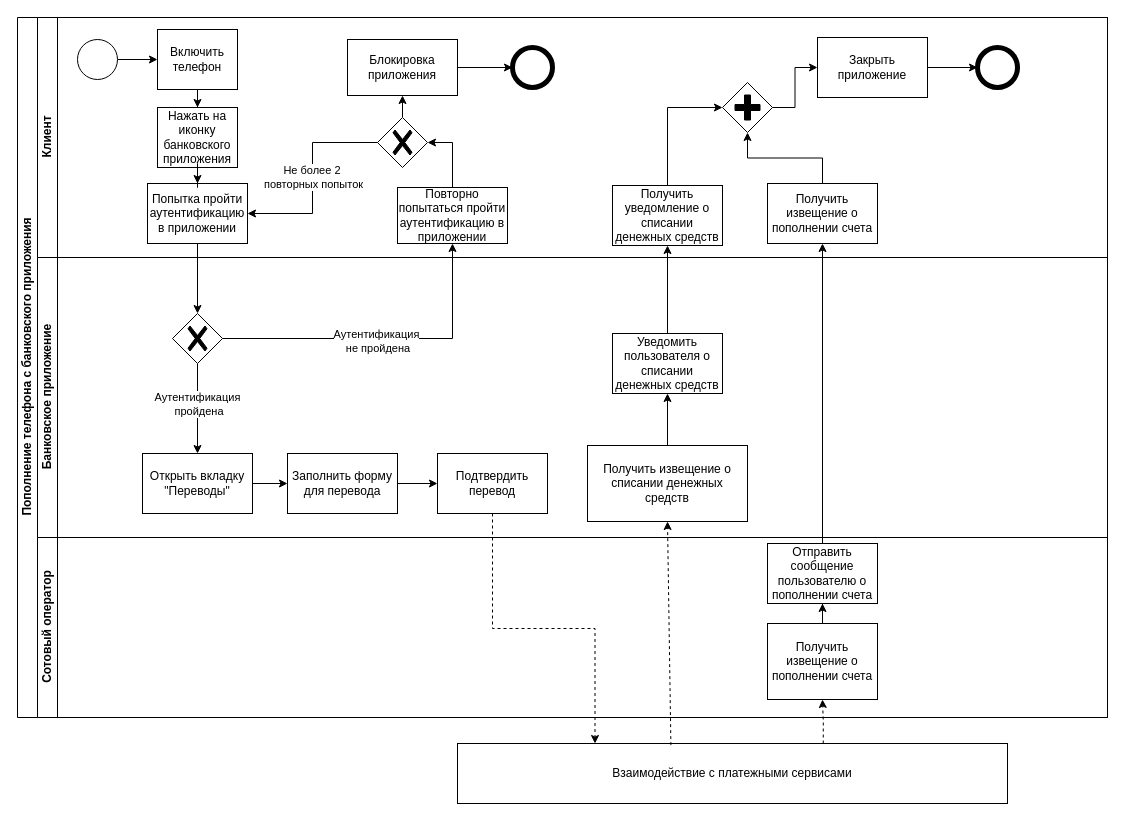
This is BPMN для тестового задания.drawio from pytonuserouner/UML_study, a draw.io file, before an edit. Source tidied: cells renumbered, new cells numbered last; positions are measured from the earlier drawing's top-left corner, leaving out a move shared by most shapes. Both pictures are drawn from the tidied source at 100%, with x=0, y=0 at pixel (17, 17).
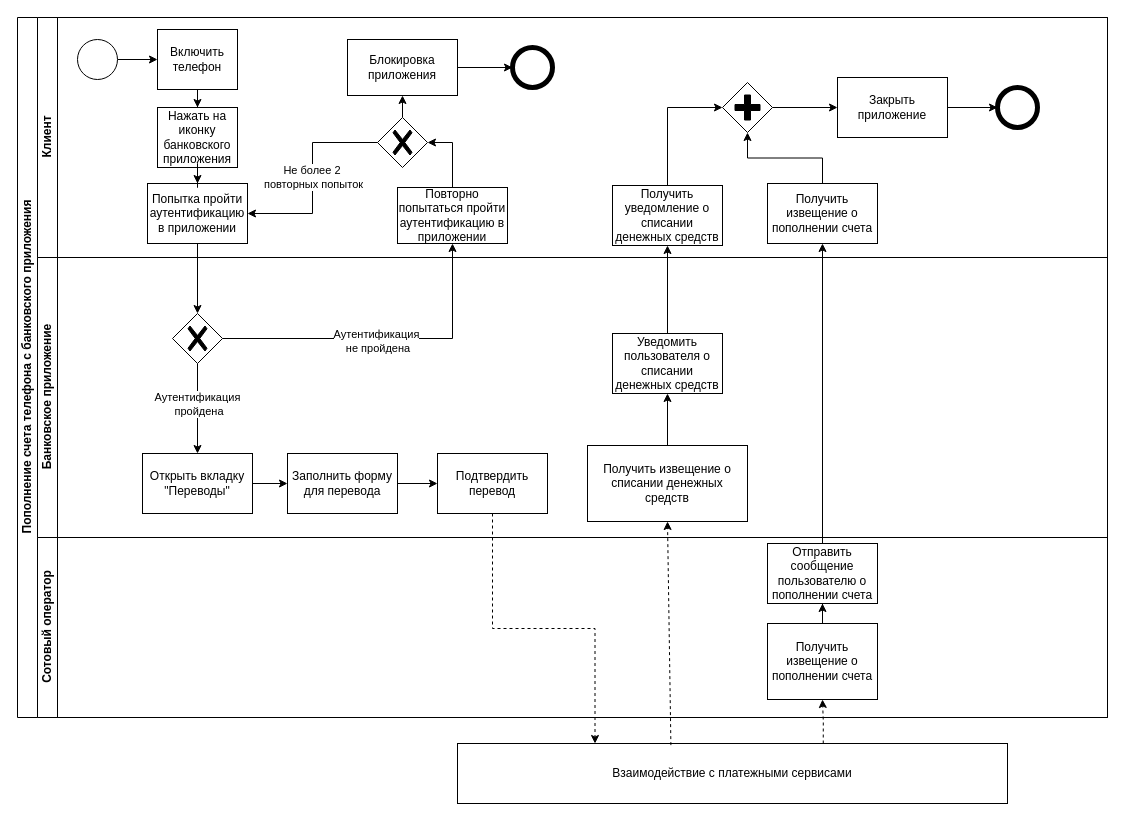
Above is the later version.

The change refers to these unchanged cells:
```xml
<mxCell id="3" value="Клиент" style="swimlane;html=1;startSize=20;horizontal=0;" parent="2" vertex="1">
  <mxGeometry x="20" width="1070" height="240" as="geometry" />
</mxCell>
```

What changed in the source:
```diff
@@
-    <mxCell id="2" value="Пополнение телефона с банковского приложения" style="swimlane;html=1;horizontal=0;startSize=20;" parent="1" vertex="1">
+    <mxCell id="2" value="Пополнение счета телефона с банковского приложения" style="swimlane;html=1;horizontal=0;startSize=20;" parent="1" vertex="1">
       <mxGeometry width="1090" height="700" as="geometry" />
     </mxCell>
@@
     <mxCell id="24" style="ellipse;whiteSpace=wrap;html=1;strokeWidth=5;" parent="3" vertex="1">
-      <mxGeometry x="940" y="30" width="40" height="40" as="geometry" />
+      <mxGeometry x="960" y="70" width="40" height="40" as="geometry" />
     </mxCell>
@@
     <mxCell id="26" value="Закрыть приложение" style="rounded=0;whiteSpace=wrap;html=1;fontFamily=Helvetica;fontSize=12;fontColor=#000000;align=center;" parent="3" vertex="1">
-      <mxGeometry x="780" y="20" width="110" height="60" as="geometry" />
+      <mxGeometry x="800" y="60" width="110" height="60" as="geometry" />
     </mxCell>
```
